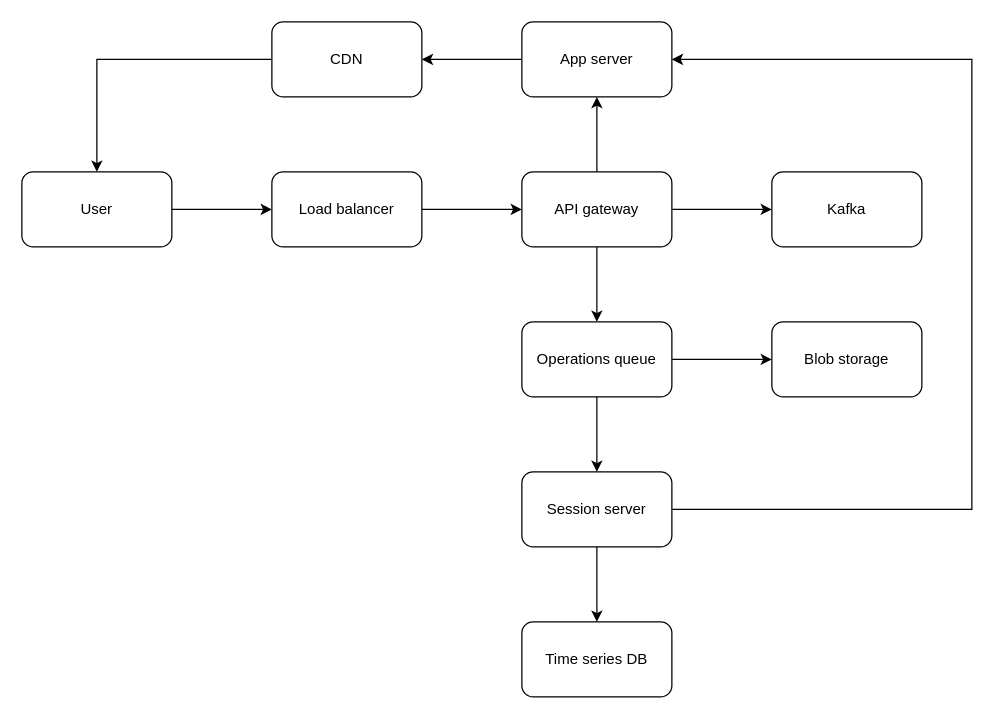
The draw.io diagram img/system-design/google-doc1.drawio in riehseun/riehseun.github.io, before the edit. Source tidied: cells renumbered, new cells numbered last; positions are measured from the earlier drawing's top-left corner, leaving out a move shared by most shapes. Both pictures are drawn from the tidied source at 125%, with x=0, y=0 at pixel (21, 21).
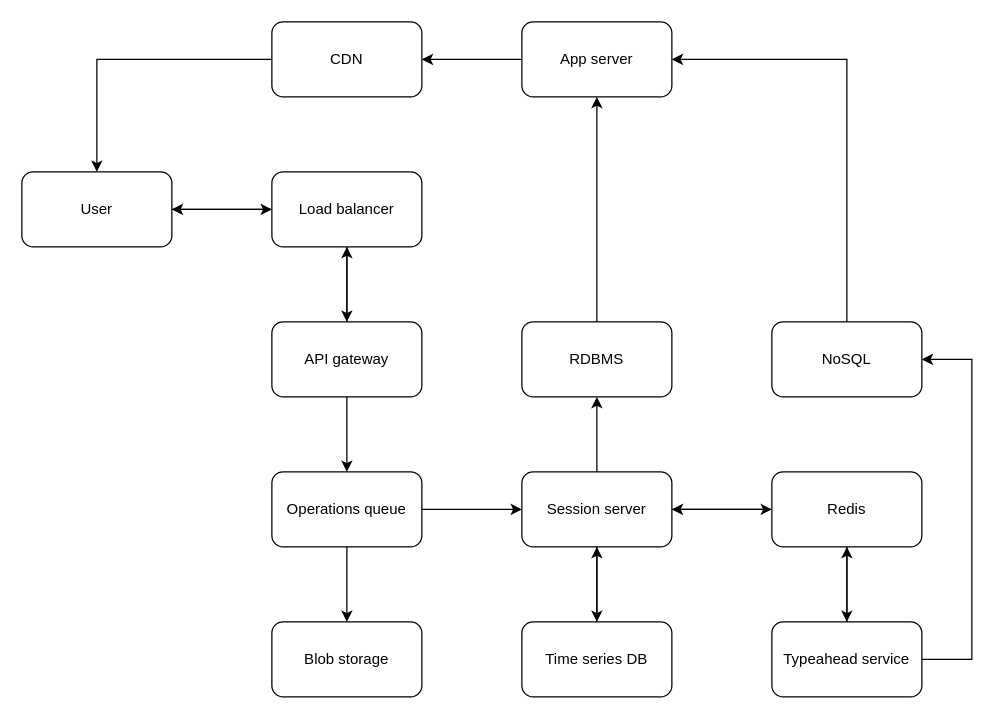
The same diagram, later.

Unchanged cells that the change refers to:
```xml
<mxCell id="3" value="User" style="rounded=1;whiteSpace=wrap;html=1;" parent="1" vertex="1">
  <mxGeometry y="120" width="120" height="60" as="geometry" />
</mxCell>
<mxCell id="5" value="Load balancer" style="rounded=1;whiteSpace=wrap;html=1;" parent="1" vertex="1">
  <mxGeometry x="200" y="120" width="120" height="60" as="geometry" />
</mxCell>
<mxCell id="11" value="App server" style="rounded=1;whiteSpace=wrap;html=1;" parent="1" vertex="1">
  <mxGeometry x="400" width="120" height="60" as="geometry" />
</mxCell>
<mxCell id="20" value="Session server" style="rounded=1;whiteSpace=wrap;html=1;" parent="1" vertex="1">
  <mxGeometry x="400" y="360" width="120" height="60" as="geometry" />
</mxCell>
<mxCell id="22" value="Time series DB" style="rounded=1;whiteSpace=wrap;html=1;" parent="1" vertex="1">
  <mxGeometry x="400" y="480" width="120" height="60" as="geometry" />
</mxCell>
```

Change to the diagram source:
```diff
@@
+    <mxCell id="23" style="edgeStyle=orthogonalEdgeStyle;rounded=0;jettySize=auto;html=1;exitX=0;exitY=0.5;exitDx=0;exitDy=0;entryX=1;entryY=0.5;entryDx=0;entryDy=0;" parent="1" edge="1" source="5" target="3">
+      <mxGeometry relative="1" as="geometry" />
+    </mxCell>
-    <mxCell id="4" style="edgeStyle=orthogonalEdgeStyle;rounded=0;jettySize=auto;html=1;exitX=1;exitY=0.5;exitDx=0;exitDy=0;entryX=0;entryY=0.5;entryDx=0;entryDy=0;" parent="1" edge="1" source="5" target="9">
+    <mxCell id="4" style="edgeStyle=orthogonalEdgeStyle;rounded=0;jettySize=auto;html=1;exitX=0.5;exitY=1;exitDx=0;exitDy=0;entryX=0.5;entryY=0;entryDx=0;entryDy=0;" parent="1" edge="1" source="5" target="9">
       <mxGeometry relative="1" as="geometry" />
     </mxCell>
@@
-    <mxCell id="6" style="edgeStyle=orthogonalEdgeStyle;rounded=0;jettySize=auto;html=1;exitX=0.5;exitY=0;exitDx=0;exitDy=0;entryX=0.5;entryY=1;entryDx=0;entryDy=0;" parent="1" edge="1" source="9" target="11">
-      <mxGeometry relative="1" as="geometry" />
-    </mxCell>
+    <mxCell id="24" style="edgeStyle=orthogonalEdgeStyle;rounded=0;jettySize=auto;html=1;exitX=0.5;exitY=0;exitDx=0;exitDy=0;entryX=0.5;entryY=1;entryDx=0;entryDy=0;" parent="1" edge="1" source="9" target="5">
+      <mxGeometry relative="1" as="geometry" />
+    </mxCell>
@@
-    <mxCell id="8" style="edgeStyle=orthogonalEdgeStyle;rounded=0;jettySize=auto;html=1;exitX=1;exitY=0.5;exitDx=0;exitDy=0;entryX=0;entryY=0.5;entryDx=0;entryDy=0;" parent="1" edge="1" source="9" target="14">
-      <mxGeometry relative="1" as="geometry" />
-    </mxCell>
     <mxCell id="9" value="API gateway" style="rounded=1;whiteSpace=wrap;html=1;" parent="1" vertex="1">
-      <mxGeometry x="400" y="120" width="120" height="60" as="geometry" />
+      <mxGeometry x="200" y="240" width="120" height="60" as="geometry" />
     </mxCell>
@@
-    <mxCell id="14" value="Kafka" style="rounded=1;whiteSpace=wrap;html=1;" parent="1" vertex="1">
-      <mxGeometry x="600" y="120" width="120" height="60" as="geometry" />
-    </mxCell>
-    <mxCell id="15" style="edgeStyle=orthogonalEdgeStyle;rounded=0;jettySize=auto;html=1;exitX=0.5;exitY=1;exitDx=0;exitDy=0;entryX=0.5;entryY=0;entryDx=0;entryDy=0;" parent="1" edge="1" source="17" target="20">
+    <mxCell id="15" style="edgeStyle=orthogonalEdgeStyle;rounded=0;jettySize=auto;html=1;exitX=1;exitY=0.5;exitDx=0;exitDy=0;entryX=0;entryY=0.5;entryDx=0;entryDy=0;" parent="1" edge="1" source="17" target="20">
       <mxGeometry relative="1" as="geometry" />
     </mxCell>
-    <mxCell id="16" style="edgeStyle=orthogonalEdgeStyle;rounded=0;jettySize=auto;html=1;exitX=1;exitY=0.5;exitDx=0;exitDy=0;entryX=0;entryY=0.5;entryDx=0;entryDy=0;" parent="1" edge="1" source="17" target="21">
+    <mxCell id="16" style="edgeStyle=orthogonalEdgeStyle;rounded=0;jettySize=auto;html=1;exitX=0.5;exitY=1;exitDx=0;exitDy=0;entryX=0.5;entryY=0;entryDx=0;entryDy=0;" parent="1" edge="1" source="17" target="21">
       <mxGeometry relative="1" as="geometry" />
     </mxCell>
     <mxCell id="17" value="Operations queue" style="rounded=1;whiteSpace=wrap;html=1;" parent="1" vertex="1">
-      <mxGeometry x="400" y="240" width="120" height="60" as="geometry" />
+      <mxGeometry x="200" y="360" width="120" height="60" as="geometry" />
     </mxCell>
@@
-    <mxCell id="19" style="edgeStyle=orthogonalEdgeStyle;rounded=0;jettySize=auto;html=1;exitX=1;exitY=0.5;exitDx=0;exitDy=0;entryX=1;entryY=0.5;entryDx=0;entryDy=0;" parent="1" edge="1" source="20" target="11">
-      <mxGeometry relative="1" as="geometry">
-        <Array as="points">
-          <mxPoint x="760" y="390" />
-          <mxPoint x="760" y="30" />
-        </Array>
-      </mxGeometry>
-    </mxCell>
+    <mxCell id="25" style="edgeStyle=orthogonalEdgeStyle;rounded=0;jettySize=auto;html=1;exitX=1;exitY=0.5;exitDx=0;exitDy=0;entryX=0;entryY=0.5;entryDx=0;entryDy=0;" parent="1" edge="1" source="20" target="30">
+      <mxGeometry relative="1" as="geometry" />
+    </mxCell>
+    <mxCell id="26" style="edgeStyle=orthogonalEdgeStyle;rounded=0;jettySize=auto;html=1;exitX=0.5;exitY=0;exitDx=0;exitDy=0;" parent="1" edge="1" source="20" target="35">
+      <mxGeometry relative="1" as="geometry" />
+    </mxCell>
@@
     <mxCell id="21" value="Blob storage" style="rounded=1;whiteSpace=wrap;html=1;" parent="1" vertex="1">
-      <mxGeometry x="600" y="240" width="120" height="60" as="geometry" />
+      <mxGeometry x="200" y="480" width="120" height="60" as="geometry" />
     </mxCell>
+    <mxCell id="27" style="edgeStyle=orthogonalEdgeStyle;rounded=0;jettySize=auto;html=1;exitX=0.5;exitY=0;exitDx=0;exitDy=0;entryX=0.5;entryY=1;entryDx=0;entryDy=0;" parent="1" edge="1" source="22" target="20">
+      <mxGeometry relative="1" as="geometry" />
+    </mxCell>
@@
+    <mxCell id="28" style="edgeStyle=orthogonalEdgeStyle;rounded=0;jettySize=auto;html=1;exitX=0;exitY=0.5;exitDx=0;exitDy=0;" parent="1" edge="1" source="30">
+      <mxGeometry relative="1" as="geometry">
+        <mxPoint x="520" y="390" as="targetPoint" />
+      </mxGeometry>
+    </mxCell>
+    <mxCell id="29" style="edgeStyle=orthogonalEdgeStyle;rounded=0;jettySize=auto;html=1;exitX=0.5;exitY=1;exitDx=0;exitDy=0;entryX=0.5;entryY=0;entryDx=0;entryDy=0;" parent="1" edge="1" source="30" target="33">
+      <mxGeometry relative="1" as="geometry" />
+    </mxCell>
+    <mxCell id="30" value="Redis" style="rounded=1;whiteSpace=wrap;html=1;" parent="1" vertex="1">
+      <mxGeometry x="600" y="360" width="120" height="60" as="geometry" />
+    </mxCell>
+    <mxCell id="31" style="edgeStyle=orthogonalEdgeStyle;rounded=0;jettySize=auto;html=1;exitX=0.5;exitY=0;exitDx=0;exitDy=0;entryX=0.5;entryY=1;entryDx=0;entryDy=0;" parent="1" edge="1" source="33" target="30">
+      <mxGeometry relative="1" as="geometry" />
+    </mxCell>
+    <mxCell id="32" style="edgeStyle=orthogonalEdgeStyle;rounded=0;jettySize=auto;html=1;exitX=1;exitY=0.5;exitDx=0;exitDy=0;entryX=1;entryY=0.5;entryDx=0;entryDy=0;" parent="1" edge="1" source="33" target="37">
+      <mxGeometry relative="1" as="geometry">
+        <Array as="points">
+          <mxPoint x="760" y="510" />
+          <mxPoint x="760" y="270" />
+        </Array>
+      </mxGeometry>
+    </mxCell>
+    <mxCell id="33" value="Typeahead service" style="rounded=1;whiteSpace=wrap;html=1;" parent="1" vertex="1">
+      <mxGeometry x="600" y="480" width="120" height="60" as="geometry" />
+    </mxCell>
+    <mxCell id="34" style="edgeStyle=orthogonalEdgeStyle;rounded=0;jettySize=auto;html=1;exitX=0.5;exitY=0;exitDx=0;exitDy=0;entryX=0.5;entryY=1;entryDx=0;entryDy=0;" parent="1" edge="1" source="35" target="11">
+      <mxGeometry relative="1" as="geometry" />
+    </mxCell>
+    <mxCell id="35" value="RDBMS" style="rounded=1;whiteSpace=wrap;html=1;" parent="1" vertex="1">
+      <mxGeometry x="400" y="240" width="120" height="60" as="geometry" />
+    </mxCell>
+    <mxCell id="36" style="edgeStyle=orthogonalEdgeStyle;rounded=0;jettySize=auto;html=1;exitX=0.5;exitY=0;exitDx=0;exitDy=0;entryX=1;entryY=0.5;entryDx=0;entryDy=0;" parent="1" edge="1" source="37" target="11">
+      <mxGeometry relative="1" as="geometry" />
+    </mxCell>
+    <mxCell id="37" value="NoSQL" style="rounded=1;whiteSpace=wrap;html=1;" parent="1" vertex="1">
+      <mxGeometry x="600" y="240" width="120" height="60" as="geometry" />
+    </mxCell>
```
